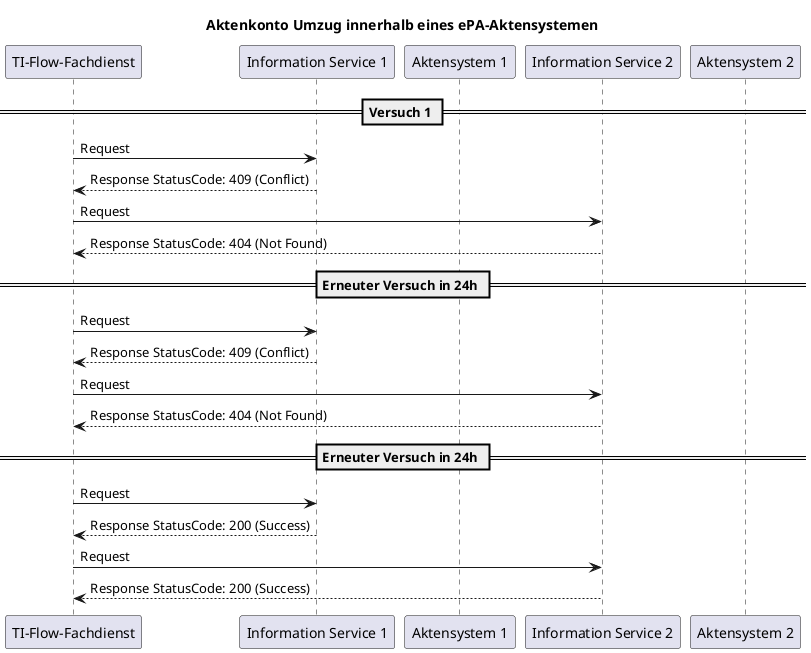
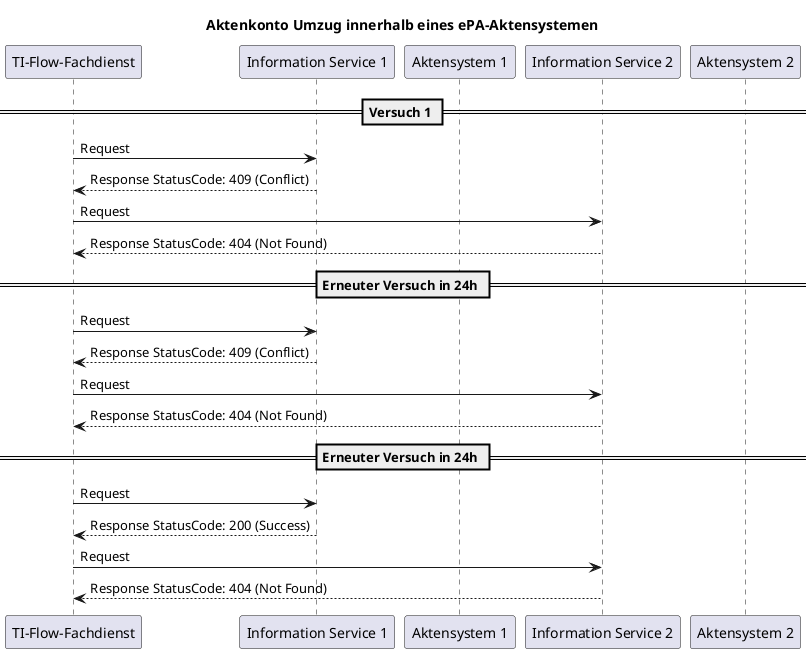
@startuml
title Aktenkonto Umzug innerhalb eines ePA-Aktensystemen

participant "TI-Flow-Fachdienst" as FD
participant "Information Service 1" as IS1
participant "Aktensystem 1" as AS1
participant "Information Service 2" as IS2
participant "Aktensystem 2" as AS2

== Versuch 1 ==

FD -> IS1 : Request
IS1 --> FD : Response StatusCode: 409 (Conflict)

FD -> IS2 : Request
IS2 --> FD : Response StatusCode: 404 (Not Found)

== Erneuter Versuch in 24h ==

FD -> IS1 : Request
IS1 --> FD : Response StatusCode: 409 (Conflict)

FD -> IS2 : Request
IS2 --> FD : Response StatusCode: 404 (Not Found)

== Erneuter Versuch in 24h ==

FD -> IS1 : Request
IS1 --> FD : Response StatusCode: 200 (Success)

FD -> IS2 : Request
- IS2 --> FD : Response StatusCode: 200 (Success)
+ IS2 --> FD : Response StatusCode: 404 (Not Found)

@enduml